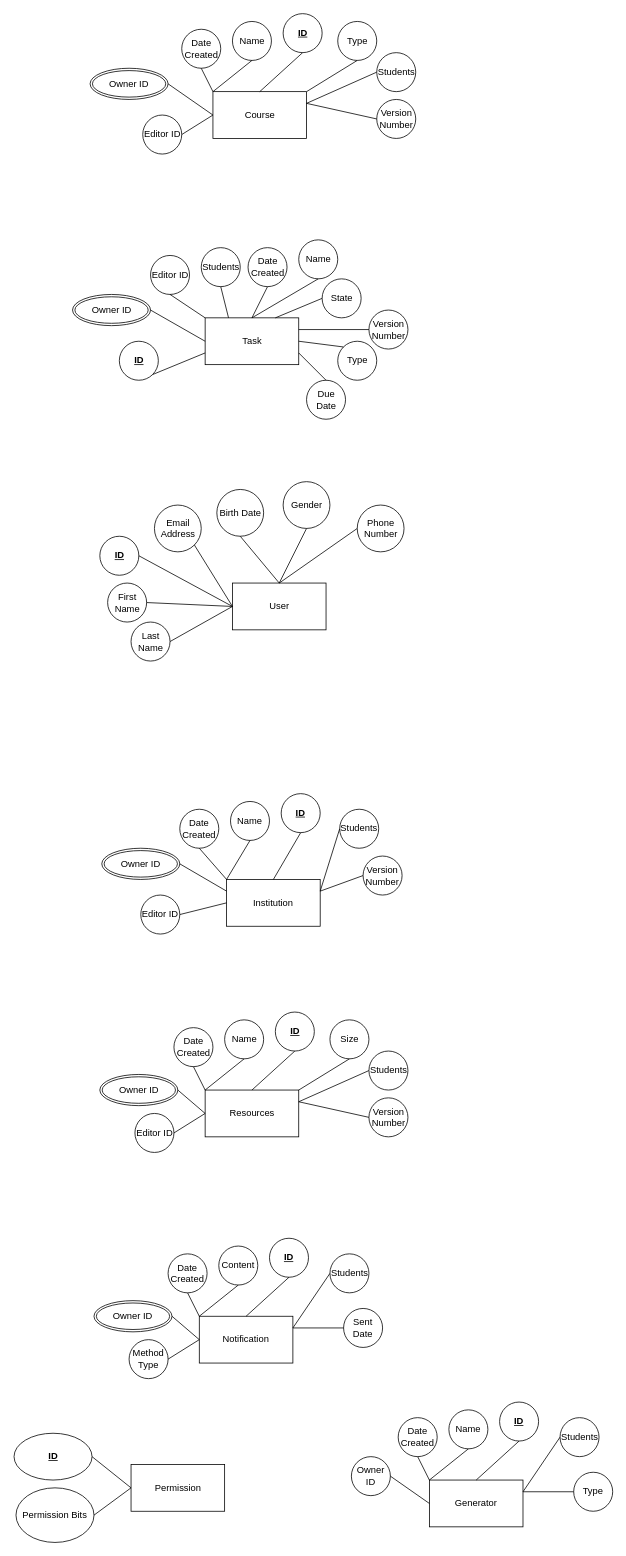
Above: diagrams/db/DatabaseER.drawio in Apollo-LW/Apollo-LW (draw.io), before the change. Source tidied: cells renumbered, new cells numbered last; positions are measured from the earlier drawing's top-left corner, leaving out a move shared by most shapes. Both pictures are drawn from the tidied source at 78%, with x=0, y=0 at pixel (14, 13).
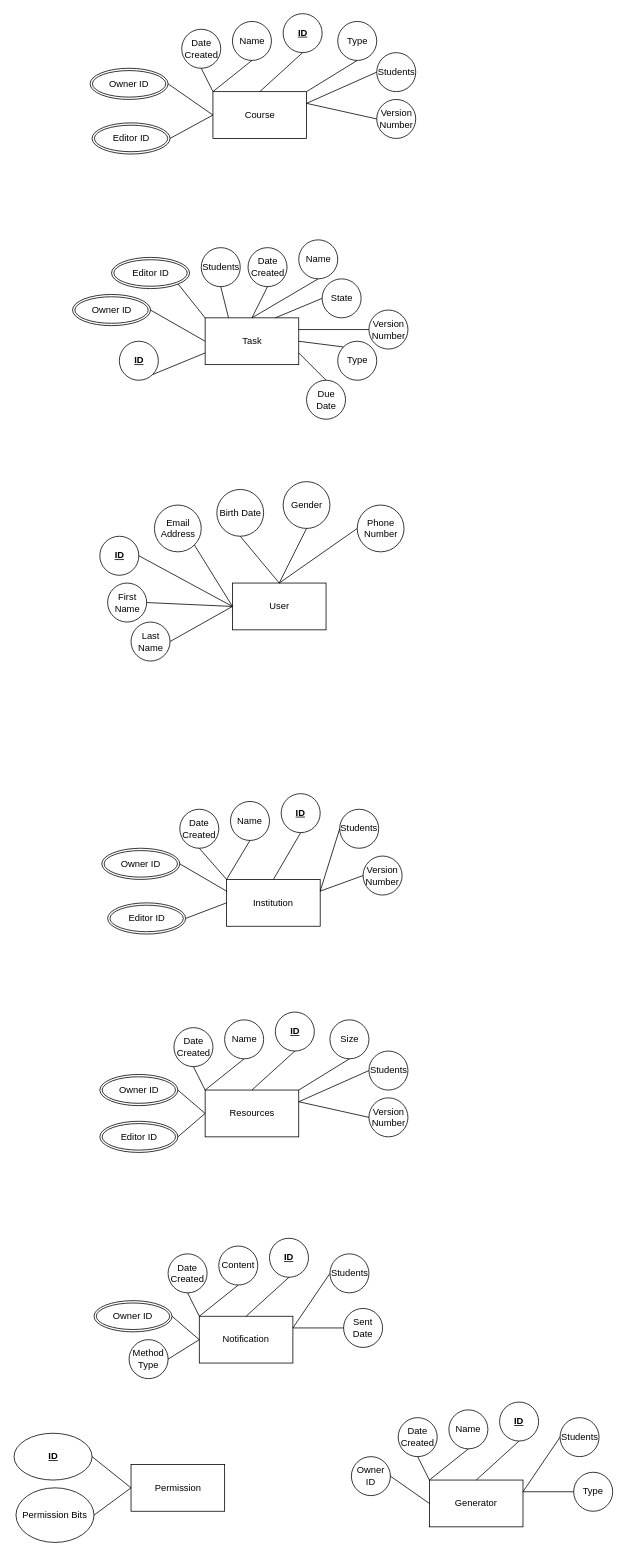
Above is the later version.

Commit message:
Add editor ID multiple value attribute

Unchanged cells that the change refers to:
```xml
<mxCell id="3" value="Course" style="rounded=0;whiteSpace=wrap;html=1;" parent="1" vertex="1">
  <mxGeometry x="254.5" y="100" width="120" height="60" as="geometry" />
</mxCell>
<mxCell id="4" value="Task" style="rounded=0;whiteSpace=wrap;html=1;" parent="1" vertex="1">
  <mxGeometry x="244.5" y="390" width="120" height="60" as="geometry" />
</mxCell>
<mxCell id="52" value="Institution" style="rounded=0;whiteSpace=wrap;html=1;" parent="1" vertex="1">
  <mxGeometry x="272" y="1110" width="120" height="60" as="geometry" />
</mxCell>
<mxCell id="65" value="Resources" style="rounded=0;whiteSpace=wrap;html=1;" parent="1" vertex="1">
  <mxGeometry x="244.5" y="1380" width="120" height="60" as="geometry" />
</mxCell>
```

Change to the diagram source:
```diff
@@
-    <mxCell id="23" value="Editor ID" style="ellipse;whiteSpace=wrap;html=1;" parent="1" vertex="1">
-      <mxGeometry x="164.5" y="130" width="50" height="50" as="geometry" />
-    </mxCell>
@@
-    <mxCell id="33" style="endArrow=none;html=1;rounded=0;exitX=0;exitY=0.5;exitDx=0;exitDy=0;entryX=1;entryY=0.5;entryDx=0;entryDy=0;" parent="1" edge="1" source="3" target="23">
-      <mxGeometry relative="1" as="geometry" />
-    </mxCell>
@@
-    <mxCell id="35" value="Editor ID" style="ellipse;whiteSpace=wrap;html=1;" parent="1" vertex="1">
-      <mxGeometry x="174.5" y="310" width="50" height="50" as="geometry" />
-    </mxCell>
@@
-    <mxCell id="37" style="endArrow=none;html=1;rounded=0;exitX=0.5;exitY=1;exitDx=0;exitDy=0;entryX=0;entryY=0;entryDx=0;entryDy=0;" parent="1" edge="1" source="35" target="4">
-      <mxGeometry relative="1" as="geometry" />
-    </mxCell>
@@
-    <mxCell id="57" value="Editor ID" style="ellipse;whiteSpace=wrap;html=1;" parent="1" vertex="1">
-      <mxGeometry x="162" y="1130" width="50" height="50" as="geometry" />
-    </mxCell>
@@
-    <mxCell id="64" style="endArrow=none;html=1;rounded=0;exitX=0;exitY=0.5;exitDx=0;exitDy=0;entryX=1;entryY=0.5;entryDx=0;entryDy=0;" parent="1" edge="1" source="52" target="57">
-      <mxGeometry relative="1" as="geometry" />
-    </mxCell>
@@
-    <mxCell id="70" value="Editor ID" style="ellipse;whiteSpace=wrap;html=1;" parent="1" vertex="1">
-      <mxGeometry x="154.5" y="1410" width="50" height="50" as="geometry" />
-    </mxCell>
@@
-    <mxCell id="79" style="endArrow=none;html=1;rounded=0;exitX=0;exitY=0.5;exitDx=0;exitDy=0;entryX=1;entryY=0.5;entryDx=0;entryDy=0;" parent="1" edge="1" source="65" target="70">
-      <mxGeometry relative="1" as="geometry" />
-    </mxCell>
@@
+    <mxCell id="120" value="Editor ID" style="ellipse;shape=doubleEllipse;margin=3;whiteSpace=wrap;html=1;align=center;" parent="1" vertex="1">
+      <mxGeometry x="99.5" y="140" width="100" height="40" as="geometry" />
+    </mxCell>
+    <mxCell id="121" style="endArrow=none;html=1;rounded=0;exitX=1;exitY=0.5;exitDx=0;exitDy=0;entryX=0;entryY=0.5;entryDx=0;entryDy=0;" parent="1" edge="1" source="120" target="3">
+      <mxGeometry relative="1" as="geometry" />
+    </mxCell>
+    <mxCell id="122" value="Editor ID" style="ellipse;shape=doubleEllipse;margin=3;whiteSpace=wrap;html=1;align=center;" parent="1" vertex="1">
+      <mxGeometry x="124.5" y="312.5" width="100" height="40" as="geometry" />
+    </mxCell>
+    <mxCell id="123" style="endArrow=none;html=1;rounded=0;exitX=1;exitY=1;exitDx=0;exitDy=0;entryX=0;entryY=0;entryDx=0;entryDy=0;" parent="1" edge="1" source="122" target="4">
+      <mxGeometry relative="1" as="geometry" />
+    </mxCell>
+    <mxCell id="124" value="Editor ID" style="ellipse;shape=doubleEllipse;margin=3;whiteSpace=wrap;html=1;align=center;" parent="1" vertex="1">
+      <mxGeometry x="119.5" y="1140" width="100" height="40" as="geometry" />
+    </mxCell>
+    <mxCell id="125" style="endArrow=none;html=1;rounded=0;exitX=1;exitY=0.5;exitDx=0;exitDy=0;entryX=0;entryY=0.5;entryDx=0;entryDy=0;" parent="1" edge="1" source="124" target="52">
+      <mxGeometry relative="1" as="geometry" />
+    </mxCell>
+    <mxCell id="126" value="Editor ID" style="ellipse;shape=doubleEllipse;margin=3;whiteSpace=wrap;html=1;align=center;" parent="1" vertex="1">
+      <mxGeometry x="109.5" y="1420" width="100" height="40" as="geometry" />
+    </mxCell>
+    <mxCell id="127" style="endArrow=none;html=1;rounded=0;exitX=1;exitY=0.5;exitDx=0;exitDy=0;entryX=0;entryY=0.5;entryDx=0;entryDy=0;" parent="1" edge="1" source="126" target="65">
+      <mxGeometry relative="1" as="geometry" />
+    </mxCell>
```
